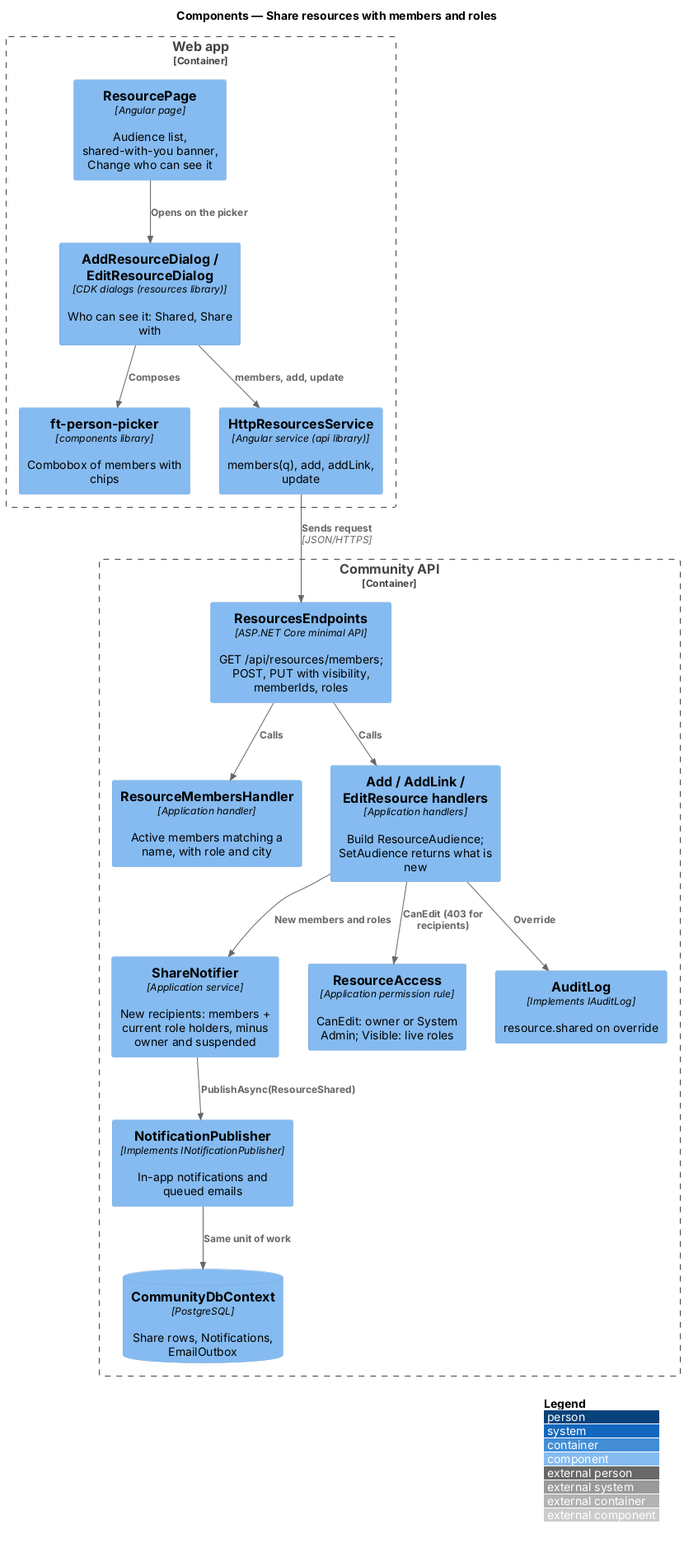
This is docs/detailed-designs/resources/share/diagrams/c4-component.png from QuinntyneBrown/faithtech-community, a PlantUML export, as it was before one commit. The source it was exported from:
```plantuml
@startuml
!include <C4/C4_Component>
LAYOUT_WITH_LEGEND()
title Components — Share resources with members and roles
Container_Boundary(web, "Web app") {
  Component(dlg, "AddResourceDialog / EditResourceDialog", "CDK dialogs (resources library)", "Who can see it: Shared, Share with")
  Component(picker, "ft-person-picker", "components library", "Combobox of members with chips")
  Component(page, "ResourcePage", "Angular page", "Audience list, shared-with-you banner, Change who can see it")
  Component(svc, "HttpResourcesService", "Angular service (api library)", "members(q), add, addLink, update")
}
Container_Boundary(api, "Community API") {
  Component(ep, "ResourcesEndpoints", "ASP.NET Core minimal API", "GET /api/resources/members; POST, PUT with visibility, memberIds, roles")
  Component(mem, "ResourceMembersHandler", "Application handler", "Active members matching a name, with role and city")
  Component(h, "Add / AddLink / EditResource handlers", "Application handlers", "Build ResourceAudience; SetAudience returns what is new")
  Component(notifier, "ShareNotifier", "Application service", "New recipients: members + current role holders, minus owner and suspended")
  Component(pub, "NotificationPublisher", "Implements INotificationPublisher", "In-app notifications and queued emails")
  Component(acc, "ResourceAccess", "Application permission rule", "CanEdit: owner or System Admin; Visible: live roles")
  Component(audit, "AuditLog", "Implements IAuditLog", "resource.shared on override")
  ComponentDb(db, "CommunityDbContext", "PostgreSQL", "Share rows, Notifications, EmailOutbox")
}
Rel(dlg, picker, "Composes")
Rel(dlg, svc, "members, add, update")
Rel(page, dlg, "Opens on the picker")
Rel(svc, ep, "Sends request", "JSON/HTTPS")
Rel(ep, mem, "Calls")
Rel(ep, h, "Calls")
Rel(h, acc, "CanEdit (403 for recipients)")
Rel(h, notifier, "New members and roles")
Rel(notifier, pub, "PublishAsync(ResourceShared)")
Rel(h, audit, "Override")
Rel(pub, db, "Same unit of work")
@enduml
```
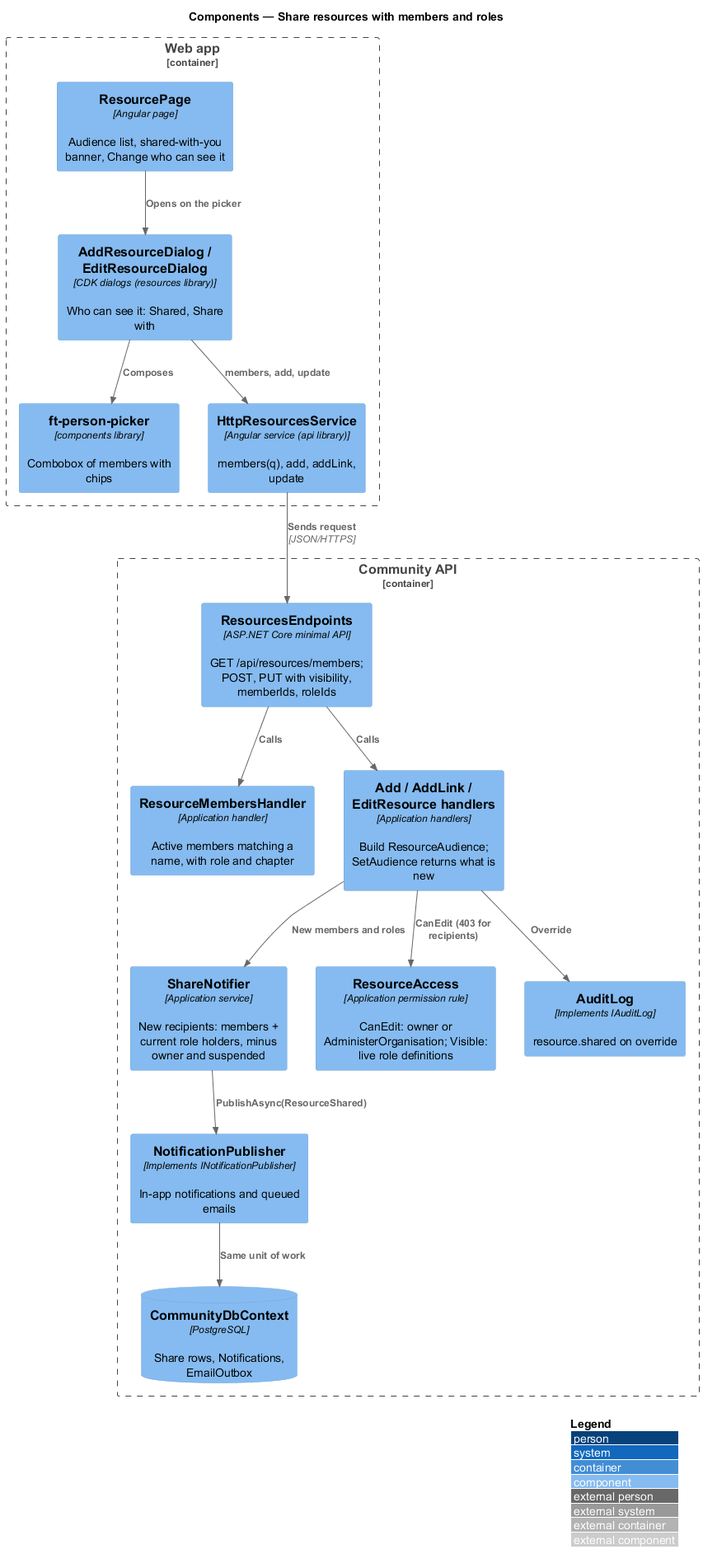
Above is the later version.

What changed in the source:
```diff
@@ -9,12 +9,12 @@
   Component(svc, "HttpResourcesService", "Angular service (api library)", "members(q), add, addLink, update")
 }
 Container_Boundary(api, "Community API") {
-  Component(ep, "ResourcesEndpoints", "ASP.NET Core minimal API", "GET /api/resources/members; POST, PUT with visibility, memberIds, roles")
-  Component(mem, "ResourceMembersHandler", "Application handler", "Active members matching a name, with role and city")
+  Component(ep, "ResourcesEndpoints", "ASP.NET Core minimal API", "GET /api/resources/members; POST, PUT with visibility, memberIds, roleIds")
+  Component(mem, "ResourceMembersHandler", "Application handler", "Active members matching a name, with role and chapter")
   Component(h, "Add / AddLink / EditResource handlers", "Application handlers", "Build ResourceAudience; SetAudience returns what is new")
   Component(notifier, "ShareNotifier", "Application service", "New recipients: members + current role holders, minus owner and suspended")
   Component(pub, "NotificationPublisher", "Implements INotificationPublisher", "In-app notifications and queued emails")
-  Component(acc, "ResourceAccess", "Application permission rule", "CanEdit: owner or System Admin; Visible: live roles")
+  Component(acc, "ResourceAccess", "Application permission rule", "CanEdit: owner or AdministerOrganisation; Visible: live role definitions")
   Component(audit, "AuditLog", "Implements IAuditLog", "resource.shared on override")
   ComponentDb(db, "CommunityDbContext", "PostgreSQL", "Share rows, Notifications, EmailOutbox")
 }
```
